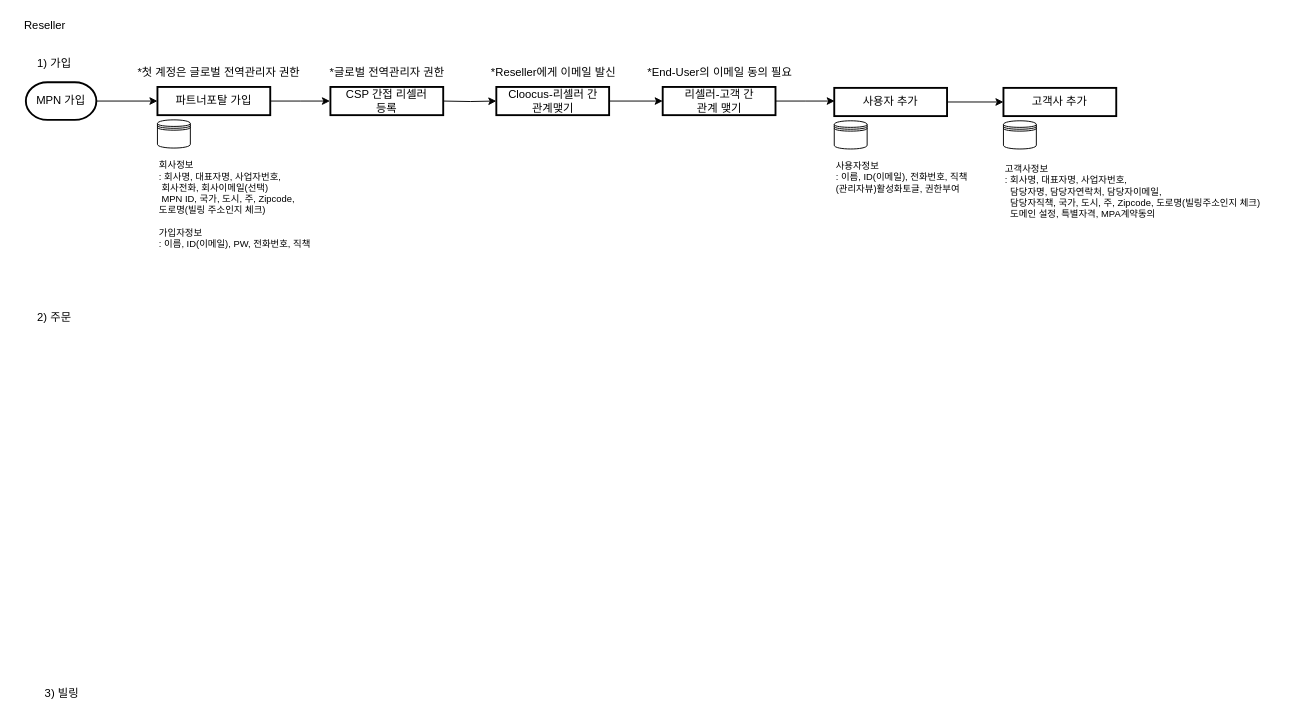
Lucidhomme/TIL keeps this draw.io diagram as 상품 별 Flow.drawio. Above is the earlier version. Source tidied: cells renumbered, new cells numbered last; positions are measured from the earlier drawing's top-left corner, leaving out a move shared by most shapes. Both pictures are drawn from the tidied source at 94%, with x=0, y=0 at pixel (16, 16).
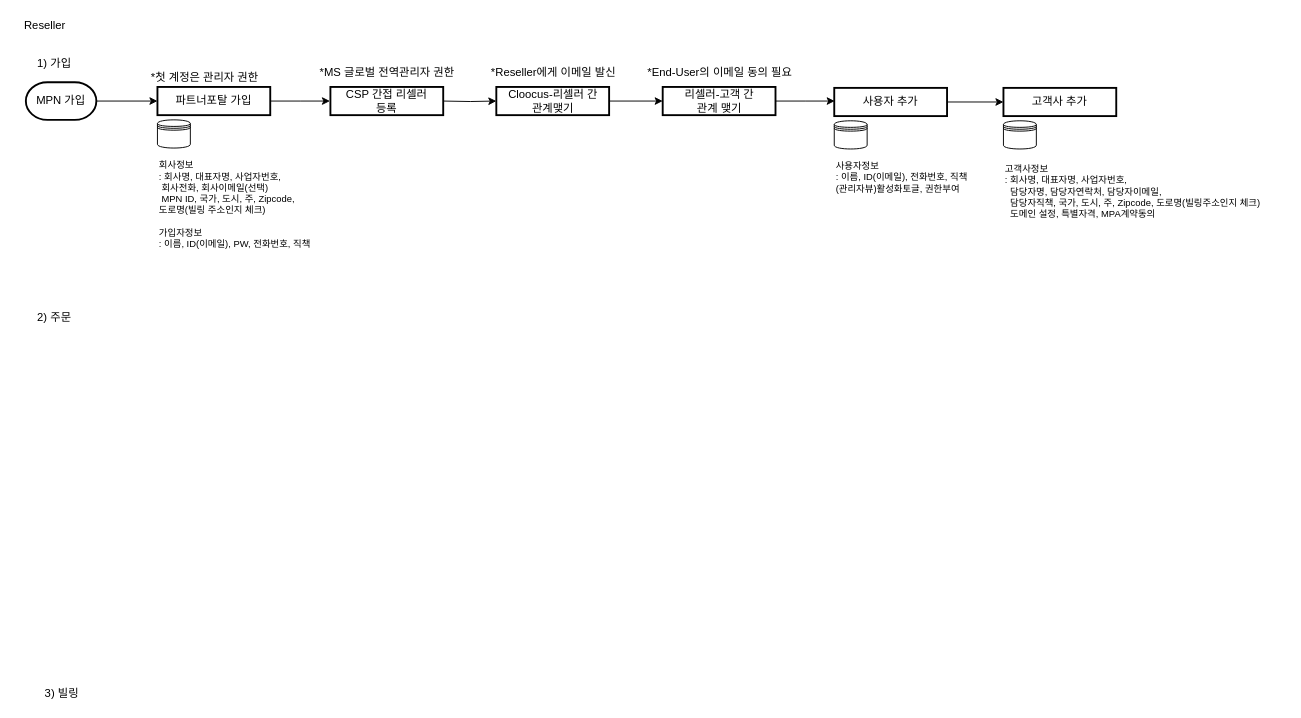
The same page after the edit.

Change to the diagram source:
```diff
@@
-    <mxCell id="10" value="*첫 계정은 글로벌 전역관리자 권한" style="text;html=1;align=center;verticalAlign=middle;fillColor=none;strokeColor=none;rounded=0;" parent="1" vertex="1">
-      <mxGeometry x="115" y="50" width="200" height="20" as="geometry" />
+    <mxCell id="10" value="*첫 계정은 관리자 권한" style="text;html=1;align=center;verticalAlign=middle;fillColor=none;strokeColor=none;rounded=0;" parent="1" vertex="1">
+      <mxGeometry x="130" y="55" width="140" height="20" as="geometry" />
     </mxCell>
@@
-    <mxCell id="28" value="*글로벌 전역관리자 권한" style="text;html=1;align=center;verticalAlign=middle;fillColor=none;strokeColor=none;rounded=0;" parent="1" vertex="1">
-      <mxGeometry x="319" y="50" width="150" height="20" as="geometry" />
+    <mxCell id="28" value="*MS 글로벌 전역관리자 권한" style="text;html=1;align=center;verticalAlign=middle;fillColor=none;strokeColor=none;rounded=0;" parent="1" vertex="1">
+      <mxGeometry x="309" y="50" width="170" height="20" as="geometry" />
     </mxCell>
```
